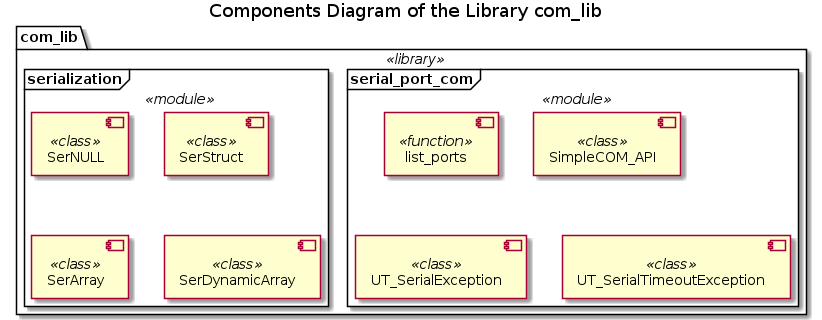
The PlantUML diagram Documentation/UML/com_lib_components.png in FooBarShebang/com_lib, before a commit.
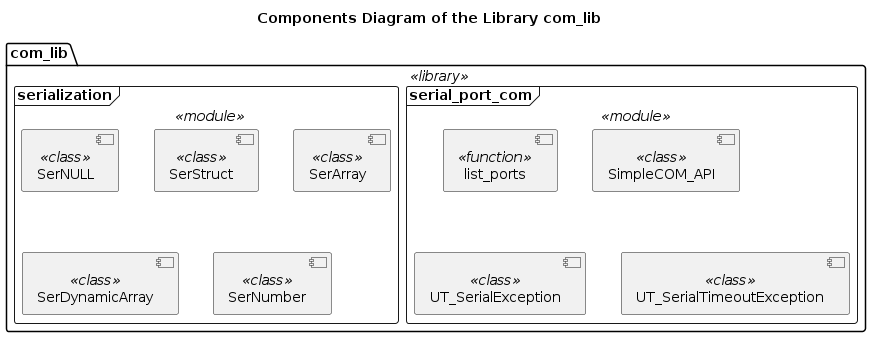
Later version of the same file.

The edit, as a diff of the source:
```diff
@@ -19,6 +19,7 @@
         $class(SerStruct)
         $class(SerArray)
         $class(SerDynamicArray)
+        $class(SerNumber)
     }
 }
 
```
